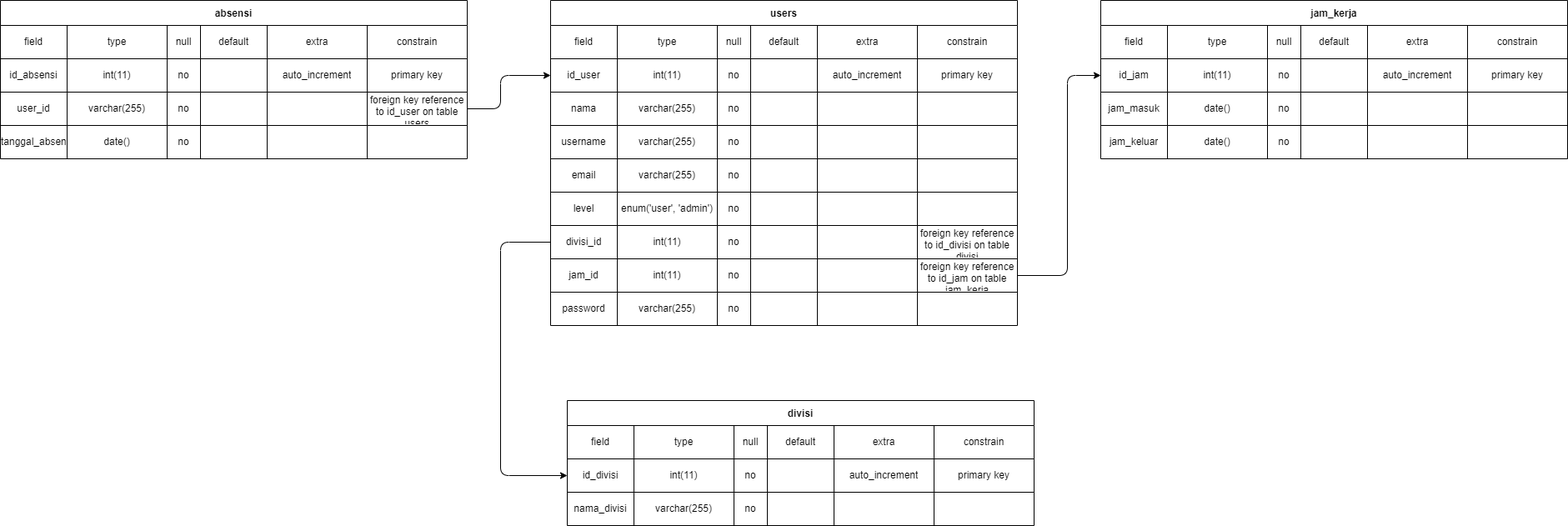
The draw.io diagram absensi_karyawan.png in AbidAbiyyuImani/aplikasi-absensi, before a commit. Source tidied: cells renumbered, new cells last; positions are measured from the earlier drawing's top-left corner, leaving out a move shared by most shapes.
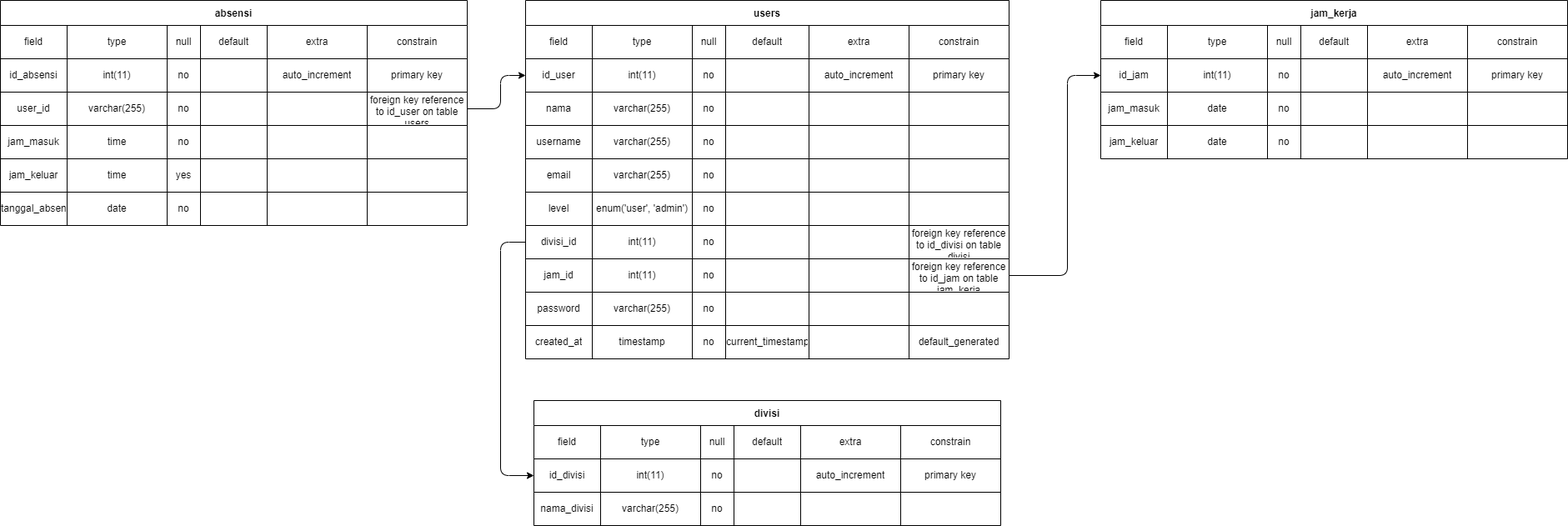
The same diagram one commit later.

Diff of the diagram source:
```diff
@@ -5,6 +5,6 @@
     <mxCell id="2" value="users" style="shape=table;startSize=30;fontStyle=1;align=center;" parent="1" vertex="1">
-      <mxGeometry x="660" width="560" height="390" as="geometry" />
+      <mxGeometry x="630" width="580" height="430" as="geometry" />
     </mxCell>
     <mxCell id="3" style="shape=tableRow;horizontal=0;startSize=0;swimlaneHead=0;swimlaneBody=0;top=0;left=0;bottom=0;right=0;fillColor=none;" parent="2" vertex="1">
-      <mxGeometry y="30" width="560" height="40" as="geometry" />
+      <mxGeometry y="30" width="580" height="40" as="geometry" />
     </mxCell>
@@ -20,12 +20,12 @@
     <mxCell id="7" value="default" style="shape=partialRectangle;html=1;whiteSpace=wrap;fillColor=none;top=0;left=0;bottom=0;right=0;overflow=hidden;" parent="3" vertex="1">
-      <mxGeometry x="240" width="80" height="40" as="geometry" />
+      <mxGeometry x="240" width="100" height="40" as="geometry" />
     </mxCell>
     <mxCell id="8" value="extra" style="shape=partialRectangle;html=1;whiteSpace=wrap;fillColor=none;top=0;left=0;bottom=0;right=0;overflow=hidden;" parent="3" vertex="1">
-      <mxGeometry x="320" width="120" height="40" as="geometry" />
+      <mxGeometry x="340" width="120" height="40" as="geometry" />
     </mxCell>
     <mxCell id="9" value="constrain" style="shape=partialRectangle;html=1;whiteSpace=wrap;fillColor=none;top=0;left=0;bottom=0;right=0;overflow=hidden;" parent="3" vertex="1">
-      <mxGeometry x="440" width="120" height="40" as="geometry" />
+      <mxGeometry x="460" width="120" height="40" as="geometry" />
     </mxCell>
     <mxCell id="10" style="shape=tableRow;horizontal=0;startSize=0;swimlaneHead=0;swimlaneBody=0;top=0;left=0;bottom=0;right=0;fillColor=none;points=[[0,0.5],[1,0.5]];portConstraint=eastwest;" parent="2" vertex="1">
-      <mxGeometry y="70" width="560" height="40" as="geometry" />
+      <mxGeometry y="70" width="580" height="40" as="geometry" />
     </mxCell>
@@ -41,12 +41,12 @@
     <mxCell id="14" style="shape=partialRectangle;html=1;whiteSpace=wrap;fillColor=none;top=0;left=0;bottom=0;right=0;overflow=hidden;" parent="10" vertex="1">
-      <mxGeometry x="240" width="80" height="40" as="geometry" />
+      <mxGeometry x="240" width="100" height="40" as="geometry" />
     </mxCell>
     <mxCell id="15" value="auto_increment" style="shape=partialRectangle;html=1;whiteSpace=wrap;fillColor=none;top=0;left=0;bottom=0;right=0;overflow=hidden;" parent="10" vertex="1">
-      <mxGeometry x="320" width="120" height="40" as="geometry" />
+      <mxGeometry x="340" width="120" height="40" as="geometry" />
     </mxCell>
     <mxCell id="16" value="primary key" style="shape=partialRectangle;html=1;whiteSpace=wrap;fillColor=none;top=0;left=0;bottom=0;right=0;overflow=hidden;" parent="10" vertex="1">
-      <mxGeometry x="440" width="120" height="40" as="geometry" />
+      <mxGeometry x="460" width="120" height="40" as="geometry" />
     </mxCell>
     <mxCell id="17" style="shape=tableRow;horizontal=0;startSize=0;swimlaneHead=0;swimlaneBody=0;top=0;left=0;bottom=0;right=0;fillColor=none;" parent="2" vertex="1">
-      <mxGeometry y="110" width="560" height="40" as="geometry" />
+      <mxGeometry y="110" width="580" height="40" as="geometry" />
     </mxCell>
@@ -62,12 +62,12 @@
     <mxCell id="21" style="shape=partialRectangle;html=1;whiteSpace=wrap;fillColor=none;top=0;left=0;bottom=0;right=0;overflow=hidden;" parent="17" vertex="1">
-      <mxGeometry x="240" width="80" height="40" as="geometry" />
+      <mxGeometry x="240" width="100" height="40" as="geometry" />
     </mxCell>
     <mxCell id="22" style="shape=partialRectangle;html=1;whiteSpace=wrap;fillColor=none;top=0;left=0;bottom=0;right=0;overflow=hidden;" parent="17" vertex="1">
-      <mxGeometry x="320" width="120" height="40" as="geometry" />
+      <mxGeometry x="340" width="120" height="40" as="geometry" />
     </mxCell>
     <mxCell id="23" style="shape=partialRectangle;html=1;whiteSpace=wrap;fillColor=none;top=0;left=0;bottom=0;right=0;overflow=hidden;" parent="17" vertex="1">
-      <mxGeometry x="440" width="120" height="40" as="geometry" />
+      <mxGeometry x="460" width="120" height="40" as="geometry" />
     </mxCell>
     <mxCell id="24" style="shape=tableRow;horizontal=0;startSize=0;swimlaneHead=0;swimlaneBody=0;top=0;left=0;bottom=0;right=0;fillColor=none;" parent="2" vertex="1">
-      <mxGeometry y="150" width="560" height="40" as="geometry" />
+      <mxGeometry y="150" width="580" height="40" as="geometry" />
     </mxCell>
@@ -83,12 +83,12 @@
     <mxCell id="28" style="shape=partialRectangle;html=1;whiteSpace=wrap;fillColor=none;top=0;left=0;bottom=0;right=0;overflow=hidden;" parent="24" vertex="1">
-      <mxGeometry x="240" width="80" height="40" as="geometry" />
+      <mxGeometry x="240" width="100" height="40" as="geometry" />
     </mxCell>
     <mxCell id="29" style="shape=partialRectangle;html=1;whiteSpace=wrap;fillColor=none;top=0;left=0;bottom=0;right=0;overflow=hidden;" parent="24" vertex="1">
-      <mxGeometry x="320" width="120" height="40" as="geometry" />
+      <mxGeometry x="340" width="120" height="40" as="geometry" />
     </mxCell>
     <mxCell id="30" style="shape=partialRectangle;html=1;whiteSpace=wrap;fillColor=none;top=0;left=0;bottom=0;right=0;overflow=hidden;" parent="24" vertex="1">
-      <mxGeometry x="440" width="120" height="40" as="geometry" />
+      <mxGeometry x="460" width="120" height="40" as="geometry" />
     </mxCell>
     <mxCell id="31" style="shape=tableRow;horizontal=0;startSize=0;swimlaneHead=0;swimlaneBody=0;top=0;left=0;bottom=0;right=0;fillColor=none;" parent="2" vertex="1">
-      <mxGeometry y="190" width="560" height="40" as="geometry" />
+      <mxGeometry y="190" width="580" height="40" as="geometry" />
     </mxCell>
@@ -104,12 +104,12 @@
     <mxCell id="35" style="shape=partialRectangle;html=1;whiteSpace=wrap;fillColor=none;top=0;left=0;bottom=0;right=0;overflow=hidden;" parent="31" vertex="1">
-      <mxGeometry x="240" width="80" height="40" as="geometry" />
+      <mxGeometry x="240" width="100" height="40" as="geometry" />
     </mxCell>
     <mxCell id="36" style="shape=partialRectangle;html=1;whiteSpace=wrap;fillColor=none;top=0;left=0;bottom=0;right=0;overflow=hidden;" parent="31" vertex="1">
-      <mxGeometry x="320" width="120" height="40" as="geometry" />
+      <mxGeometry x="340" width="120" height="40" as="geometry" />
     </mxCell>
     <mxCell id="37" style="shape=partialRectangle;html=1;whiteSpace=wrap;fillColor=none;top=0;left=0;bottom=0;right=0;overflow=hidden;" parent="31" vertex="1">
-      <mxGeometry x="440" width="120" height="40" as="geometry" />
+      <mxGeometry x="460" width="120" height="40" as="geometry" />
     </mxCell>
     <mxCell id="38" style="shape=tableRow;horizontal=0;startSize=0;swimlaneHead=0;swimlaneBody=0;top=0;left=0;bottom=0;right=0;fillColor=none;" parent="2" vertex="1">
-      <mxGeometry y="230" width="560" height="40" as="geometry" />
+      <mxGeometry y="230" width="580" height="40" as="geometry" />
     </mxCell>
@@ -125,12 +125,12 @@
     <mxCell id="42" style="shape=partialRectangle;html=1;whiteSpace=wrap;fillColor=none;top=0;left=0;bottom=0;right=0;overflow=hidden;" parent="38" vertex="1">
-      <mxGeometry x="240" width="80" height="40" as="geometry" />
+      <mxGeometry x="240" width="100" height="40" as="geometry" />
     </mxCell>
     <mxCell id="43" style="shape=partialRectangle;html=1;whiteSpace=wrap;fillColor=none;top=0;left=0;bottom=0;right=0;overflow=hidden;" parent="38" vertex="1">
-      <mxGeometry x="320" width="120" height="40" as="geometry" />
+      <mxGeometry x="340" width="120" height="40" as="geometry" />
     </mxCell>
     <mxCell id="44" style="shape=partialRectangle;html=1;whiteSpace=wrap;fillColor=none;top=0;left=0;bottom=0;right=0;overflow=hidden;" parent="38" vertex="1">
-      <mxGeometry x="440" width="120" height="40" as="geometry" />
+      <mxGeometry x="460" width="120" height="40" as="geometry" />
     </mxCell>
     <mxCell id="45" style="shape=tableRow;horizontal=0;startSize=0;swimlaneHead=0;swimlaneBody=0;top=0;left=0;bottom=0;right=0;fillColor=none;points=[[0,0.5],[1,0.5]];portConstraint=eastwest;" parent="2" vertex="1">
-      <mxGeometry y="270" width="560" height="40" as="geometry" />
+      <mxGeometry y="270" width="580" height="40" as="geometry" />
     </mxCell>
@@ -146,12 +146,12 @@
     <mxCell id="49" style="shape=partialRectangle;html=1;whiteSpace=wrap;fillColor=none;top=0;left=0;bottom=0;right=0;overflow=hidden;" parent="45" vertex="1">
-      <mxGeometry x="240" width="80" height="40" as="geometry" />
+      <mxGeometry x="240" width="100" height="40" as="geometry" />
     </mxCell>
     <mxCell id="50" style="shape=partialRectangle;html=1;whiteSpace=wrap;fillColor=none;top=0;left=0;bottom=0;right=0;overflow=hidden;" parent="45" vertex="1">
-      <mxGeometry x="320" width="120" height="40" as="geometry" />
+      <mxGeometry x="340" width="120" height="40" as="geometry" />
     </mxCell>
     <mxCell id="51" value="foreign key reference to id_divisi on table divisi" style="shape=partialRectangle;html=1;whiteSpace=wrap;fillColor=none;top=0;left=0;bottom=0;right=0;overflow=hidden;" parent="45" vertex="1">
-      <mxGeometry x="440" width="120" height="40" as="geometry" />
+      <mxGeometry x="460" width="120" height="40" as="geometry" />
     </mxCell>
     <mxCell id="52" style="shape=tableRow;horizontal=0;startSize=0;swimlaneHead=0;swimlaneBody=0;top=0;left=0;bottom=0;right=0;fillColor=none;points=[[0,0.5],[1,0.5]];portConstraint=eastwest;" parent="2" vertex="1">
-      <mxGeometry y="310" width="560" height="40" as="geometry" />
+      <mxGeometry y="310" width="580" height="40" as="geometry" />
     </mxCell>
@@ -167,12 +167,12 @@
     <mxCell id="56" style="shape=partialRectangle;html=1;whiteSpace=wrap;fillColor=none;top=0;left=0;bottom=0;right=0;overflow=hidden;" parent="52" vertex="1">
-      <mxGeometry x="240" width="80" height="40" as="geometry" />
+      <mxGeometry x="240" width="100" height="40" as="geometry" />
     </mxCell>
     <mxCell id="57" style="shape=partialRectangle;html=1;whiteSpace=wrap;fillColor=none;top=0;left=0;bottom=0;right=0;overflow=hidden;" parent="52" vertex="1">
-      <mxGeometry x="320" width="120" height="40" as="geometry" />
+      <mxGeometry x="340" width="120" height="40" as="geometry" />
     </mxCell>
     <mxCell id="58" value="foreign key reference to id_jam on table jam_kerja" style="shape=partialRectangle;html=1;whiteSpace=wrap;fillColor=none;top=0;left=0;bottom=0;right=0;overflow=hidden;" parent="52" vertex="1">
-      <mxGeometry x="440" width="120" height="40" as="geometry" />
+      <mxGeometry x="460" width="120" height="40" as="geometry" />
     </mxCell>
     <mxCell id="59" style="shape=tableRow;horizontal=0;startSize=0;swimlaneHead=0;swimlaneBody=0;top=0;left=0;bottom=0;right=0;fillColor=none;" parent="2" vertex="1">
-      <mxGeometry y="350" width="560" height="40" as="geometry" />
+      <mxGeometry y="350" width="580" height="40" as="geometry" />
     </mxCell>
@@ -188,12 +188,33 @@
     <mxCell id="63" style="shape=partialRectangle;html=1;whiteSpace=wrap;fillColor=none;top=0;left=0;bottom=0;right=0;overflow=hidden;" parent="59" vertex="1">
-      <mxGeometry x="240" width="80" height="40" as="geometry" />
+      <mxGeometry x="240" width="100" height="40" as="geometry" />
     </mxCell>
     <mxCell id="64" style="shape=partialRectangle;html=1;whiteSpace=wrap;fillColor=none;top=0;left=0;bottom=0;right=0;overflow=hidden;" parent="59" vertex="1">
-      <mxGeometry x="320" width="120" height="40" as="geometry" />
+      <mxGeometry x="340" width="120" height="40" as="geometry" />
     </mxCell>
     <mxCell id="65" style="shape=partialRectangle;html=1;whiteSpace=wrap;fillColor=none;top=0;left=0;bottom=0;right=0;overflow=hidden;" parent="59" vertex="1">
-      <mxGeometry x="440" width="120" height="40" as="geometry" />
+      <mxGeometry x="460" width="120" height="40" as="geometry" />
     </mxCell>
+    <mxCell id="149" style="shape=tableRow;horizontal=0;startSize=0;swimlaneHead=0;swimlaneBody=0;top=0;left=0;bottom=0;right=0;fillColor=none;" parent="2" vertex="1">
+      <mxGeometry y="390" width="580" height="40" as="geometry" />
+    </mxCell>
+    <mxCell id="150" value="created_at" style="shape=partialRectangle;html=1;whiteSpace=wrap;fillColor=none;top=0;left=0;bottom=0;right=0;overflow=hidden;" parent="149" vertex="1">
+      <mxGeometry width="80" height="40" as="geometry" />
+    </mxCell>
+    <mxCell id="151" value="timestamp" style="shape=partialRectangle;html=1;whiteSpace=wrap;fillColor=none;top=0;left=0;bottom=0;right=0;overflow=hidden;" parent="149" vertex="1">
+      <mxGeometry x="80" width="120" height="40" as="geometry" />
+    </mxCell>
+    <mxCell id="152" value="no" style="shape=partialRectangle;html=1;whiteSpace=wrap;fillColor=none;top=0;left=0;bottom=0;right=0;overflow=hidden;" parent="149" vertex="1">
+      <mxGeometry x="200" width="40" height="40" as="geometry" />
+    </mxCell>
+    <mxCell id="153" value="current_timestamp" style="shape=partialRectangle;html=1;whiteSpace=wrap;fillColor=none;top=0;left=0;bottom=0;right=0;overflow=hidden;" parent="149" vertex="1">
+      <mxGeometry x="240" width="100" height="40" as="geometry" />
+    </mxCell>
+    <mxCell id="154" style="shape=partialRectangle;html=1;whiteSpace=wrap;fillColor=none;top=0;left=0;bottom=0;right=0;overflow=hidden;" parent="149" vertex="1">
+      <mxGeometry x="340" width="120" height="40" as="geometry" />
+    </mxCell>
+    <mxCell id="155" value="default_generated" style="shape=partialRectangle;html=1;whiteSpace=wrap;fillColor=none;top=0;left=0;bottom=0;right=0;overflow=hidden;" parent="149" vertex="1">
+      <mxGeometry x="460" width="120" height="40" as="geometry" />
+    </mxCell>
     <mxCell id="66" value="divisi" style="shape=table;startSize=30;fontStyle=1;align=center;" parent="1" vertex="1">
-      <mxGeometry x="680" y="480" width="560" height="150" as="geometry" />
+      <mxGeometry x="640" y="480" width="560" height="150" as="geometry" />
     </mxCell>
@@ -263,3 +284,3 @@
     <mxCell id="88" value="absensi" style="shape=table;startSize=30;fontStyle=1;align=center;" parent="1" vertex="1">
-      <mxGeometry width="560" height="190" as="geometry" />
+      <mxGeometry width="560" height="270" as="geometry" />
     </mxCell>
@@ -328,4 +349,46 @@
     </mxCell>
+    <mxCell id="156" style="shape=tableRow;horizontal=0;startSize=0;swimlaneHead=0;swimlaneBody=0;top=0;left=0;bottom=0;right=0;fillColor=none;" parent="88" vertex="1">
+      <mxGeometry y="150" width="560" height="40" as="geometry" />
+    </mxCell>
+    <mxCell id="157" value="jam_masuk" style="shape=partialRectangle;html=1;whiteSpace=wrap;fillColor=none;top=0;left=0;bottom=0;right=0;overflow=hidden;" parent="156" vertex="1">
+      <mxGeometry width="80" height="40" as="geometry" />
+    </mxCell>
+    <mxCell id="158" value="time" style="shape=partialRectangle;html=1;whiteSpace=wrap;fillColor=none;top=0;left=0;bottom=0;right=0;overflow=hidden;" parent="156" vertex="1">
+      <mxGeometry x="80" width="120" height="40" as="geometry" />
+    </mxCell>
+    <mxCell id="159" value="no" style="shape=partialRectangle;html=1;whiteSpace=wrap;fillColor=none;top=0;left=0;bottom=0;right=0;overflow=hidden;" parent="156" vertex="1">
+      <mxGeometry x="200" width="40" height="40" as="geometry" />
+    </mxCell>
+    <mxCell id="160" style="shape=partialRectangle;html=1;whiteSpace=wrap;fillColor=none;top=0;left=0;bottom=0;right=0;overflow=hidden;" parent="156" vertex="1">
+      <mxGeometry x="240" width="80" height="40" as="geometry" />
+    </mxCell>
+    <mxCell id="161" style="shape=partialRectangle;html=1;whiteSpace=wrap;fillColor=none;top=0;left=0;bottom=0;right=0;overflow=hidden;" parent="156" vertex="1">
+      <mxGeometry x="320" width="120" height="40" as="geometry" />
+    </mxCell>
+    <mxCell id="162" style="shape=partialRectangle;html=1;whiteSpace=wrap;fillColor=none;top=0;left=0;bottom=0;right=0;overflow=hidden;" parent="156" vertex="1">
+      <mxGeometry x="440" width="120" height="40" as="geometry" />
+    </mxCell>
+    <mxCell id="163" style="shape=tableRow;horizontal=0;startSize=0;swimlaneHead=0;swimlaneBody=0;top=0;left=0;bottom=0;right=0;fillColor=none;" parent="88" vertex="1">
+      <mxGeometry y="190" width="560" height="40" as="geometry" />
+    </mxCell>
+    <mxCell id="164" value="jam_keluar" style="shape=partialRectangle;html=1;whiteSpace=wrap;fillColor=none;top=0;left=0;bottom=0;right=0;overflow=hidden;" parent="163" vertex="1">
+      <mxGeometry width="80" height="40" as="geometry" />
+    </mxCell>
+    <mxCell id="165" value="time" style="shape=partialRectangle;html=1;whiteSpace=wrap;fillColor=none;top=0;left=0;bottom=0;right=0;overflow=hidden;" parent="163" vertex="1">
+      <mxGeometry x="80" width="120" height="40" as="geometry" />
+    </mxCell>
+    <mxCell id="166" value="yes" style="shape=partialRectangle;html=1;whiteSpace=wrap;fillColor=none;top=0;left=0;bottom=0;right=0;overflow=hidden;" parent="163" vertex="1">
+      <mxGeometry x="200" width="40" height="40" as="geometry" />
+    </mxCell>
+    <mxCell id="167" style="shape=partialRectangle;html=1;whiteSpace=wrap;fillColor=none;top=0;left=0;bottom=0;right=0;overflow=hidden;" parent="163" vertex="1">
+      <mxGeometry x="240" width="80" height="40" as="geometry" />
+    </mxCell>
+    <mxCell id="168" style="shape=partialRectangle;html=1;whiteSpace=wrap;fillColor=none;top=0;left=0;bottom=0;right=0;overflow=hidden;" parent="163" vertex="1">
+      <mxGeometry x="320" width="120" height="40" as="geometry" />
+    </mxCell>
+    <mxCell id="169" style="shape=partialRectangle;html=1;whiteSpace=wrap;fillColor=none;top=0;left=0;bottom=0;right=0;overflow=hidden;" parent="163" vertex="1">
+      <mxGeometry x="440" width="120" height="40" as="geometry" />
+    </mxCell>
     <mxCell id="110" style="shape=tableRow;horizontal=0;startSize=0;swimlaneHead=0;swimlaneBody=0;top=0;left=0;bottom=0;right=0;fillColor=none;" parent="88" vertex="1">
-      <mxGeometry y="150" width="560" height="40" as="geometry" />
+      <mxGeometry y="230" width="560" height="40" as="geometry" />
     </mxCell>
@@ -334,3 +397,3 @@
     </mxCell>
-    <mxCell id="112" value="date()" style="shape=partialRectangle;html=1;whiteSpace=wrap;fillColor=none;top=0;left=0;bottom=0;right=0;overflow=hidden;" parent="110" vertex="1">
+    <mxCell id="112" value="date" style="shape=partialRectangle;html=1;whiteSpace=wrap;fillColor=none;top=0;left=0;bottom=0;right=0;overflow=hidden;" parent="110" vertex="1">
       <mxGeometry x="80" width="120" height="40" as="geometry" />
@@ -400,3 +463,3 @@
     </mxCell>
-    <mxCell id="134" value="date()" style="shape=partialRectangle;html=1;whiteSpace=wrap;fillColor=none;top=0;left=0;bottom=0;right=0;overflow=hidden;" parent="132" vertex="1">
+    <mxCell id="134" value="date" style="shape=partialRectangle;html=1;whiteSpace=wrap;fillColor=none;top=0;left=0;bottom=0;right=0;overflow=hidden;" parent="132" vertex="1">
       <mxGeometry x="80" width="120" height="40" as="geometry" />
@@ -421,3 +484,3 @@
     </mxCell>
-    <mxCell id="141" value="date()" style="shape=partialRectangle;html=1;whiteSpace=wrap;fillColor=none;top=0;left=0;bottom=0;right=0;overflow=hidden;" parent="139" vertex="1">
+    <mxCell id="141" value="date" style="shape=partialRectangle;html=1;whiteSpace=wrap;fillColor=none;top=0;left=0;bottom=0;right=0;overflow=hidden;" parent="139" vertex="1">
       <mxGeometry x="80" width="120" height="40" as="geometry" />
```
